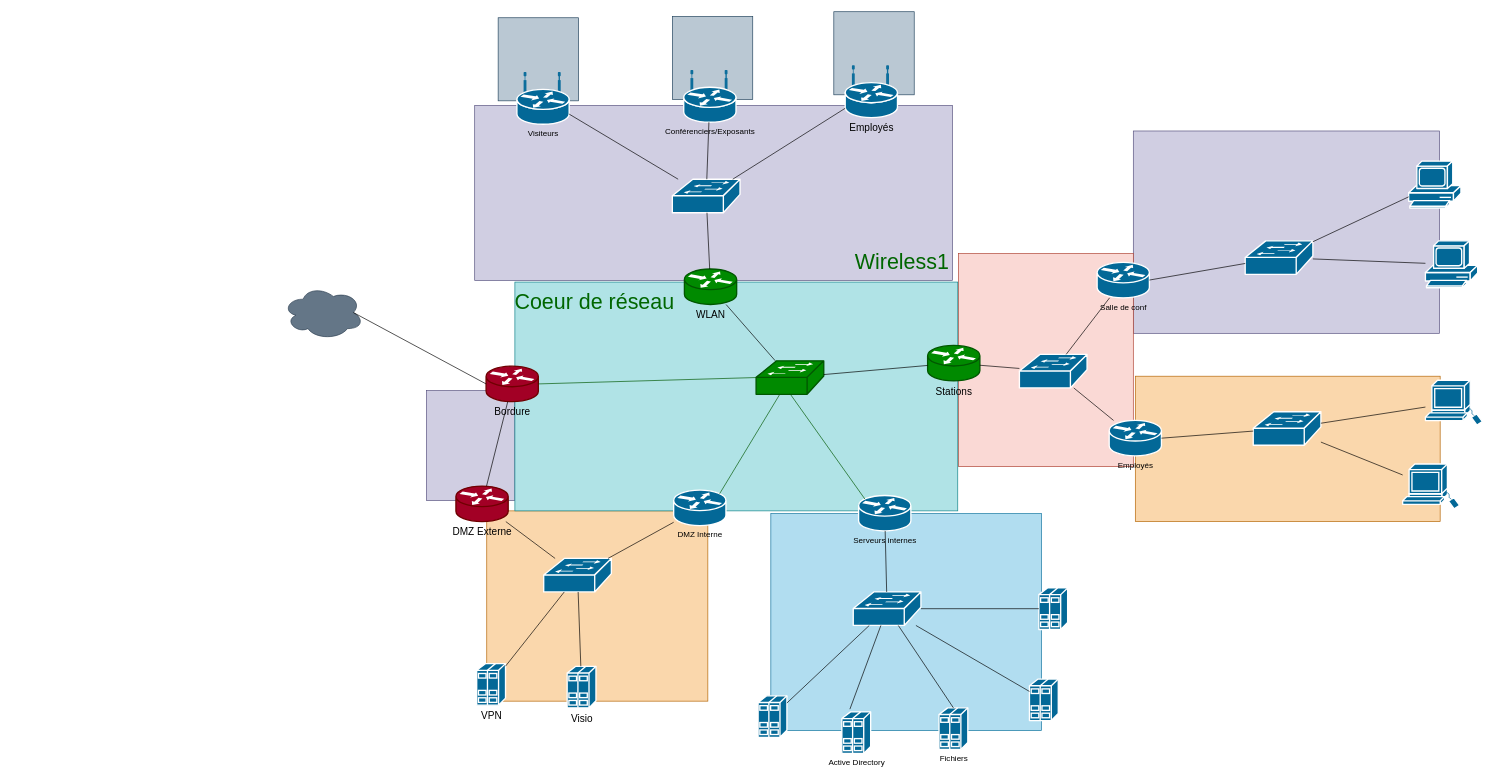
Earlier version of the draw.io diagram Schema.drawio (BarthBruvori/epsi-asrc-b2m2-tp2-projet). Source tidied: cells renumbered, new cells numbered last; positions are measured from the earlier drawing's top-left corner, leaving out a move shared by most shapes. Both pictures are drawn from the tidied source at 67%, with x=0, y=0 at pixel (283, 11).
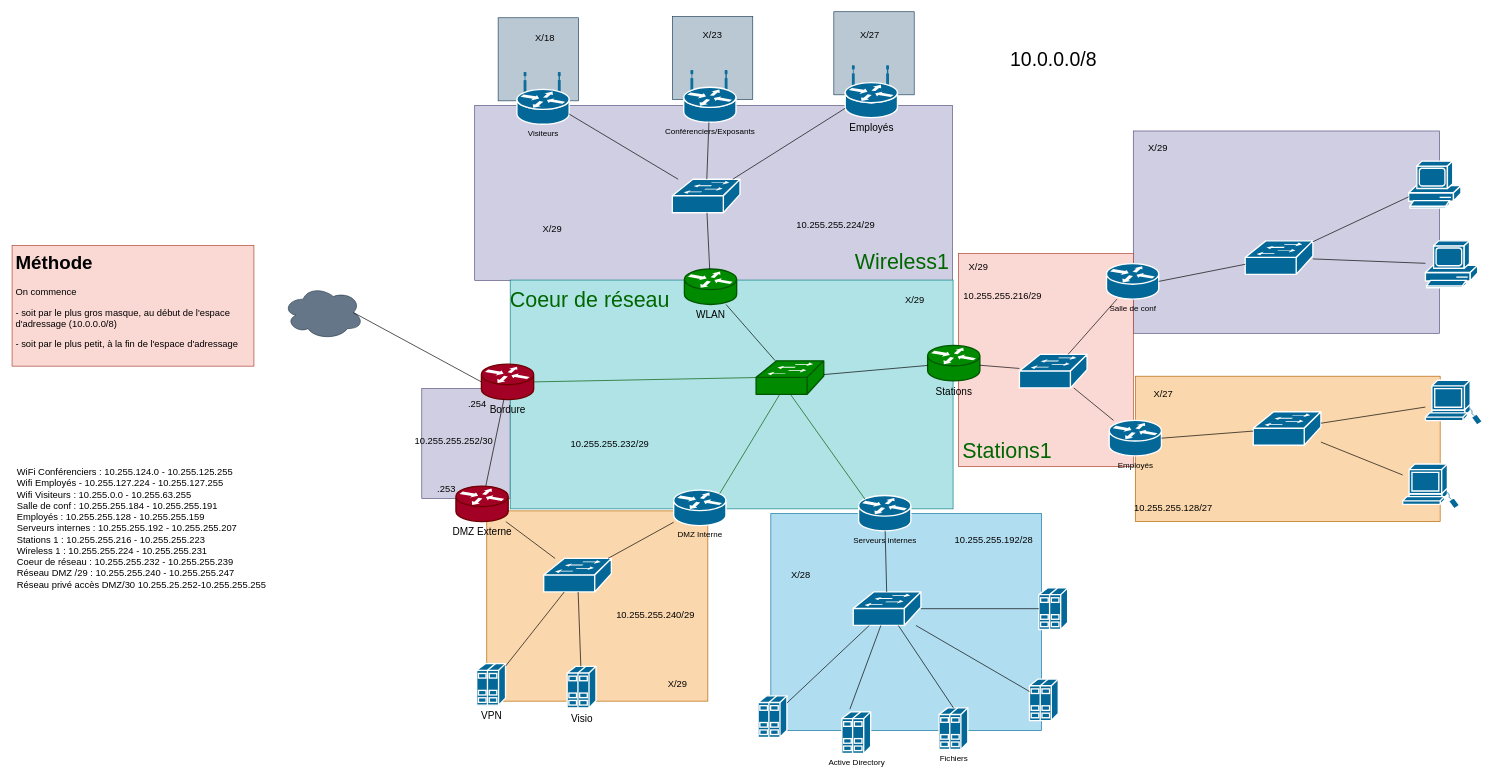
After the change.

Commit message:
plan d'adressage

What changed in the source:
```diff
@@
     <mxCell id="11" style="group;" parent="1" vertex="1">
-      <mxGeometry x="339" y="403.5" width="668" height="341.5" as="geometry" />
+      <mxGeometry x="332" y="400.5" width="668" height="341.5" as="geometry" />
     </mxCell>
@@
+    <mxCell id="76" value="10.255.255.252/30" style="text;html=1;strokeColor=none;fillColor=none;align=center;verticalAlign=middle;whiteSpace=wrap;rounded=0;fontSize=14;fontColor=#000000;" parent="11" vertex="1">
+      <mxGeometry x="-107" y="224.5" width="60" height="30" as="geometry" />
+    </mxCell>
+    <mxCell id="77" value="X/29" style="text;html=1;strokeColor=none;fillColor=none;align=center;verticalAlign=middle;whiteSpace=wrap;rounded=0;fontSize=14;fontColor=#000000;" parent="11" vertex="1">
+      <mxGeometry x="581" y="14.5" width="60" height="30" as="geometry" />
+    </mxCell>
+    <mxCell id="78" value=".253" style="text;html=1;strokeColor=none;fillColor=none;align=center;verticalAlign=middle;whiteSpace=wrap;rounded=0;fontSize=14;fontColor=#000000;" parent="11" vertex="1">
+      <mxGeometry x="-118" y="296" width="60" height="30" as="geometry" />
+    </mxCell>
+    <mxCell id="79" value="10.255.255.232/29" style="text;html=1;strokeColor=none;fillColor=none;align=center;verticalAlign=middle;whiteSpace=wrap;rounded=0;fontSize=14;fontColor=#000000;" parent="11" vertex="1">
+      <mxGeometry x="126" y="229" width="60" height="30" as="geometry" />
+    </mxCell>
@@
     <mxCell id="18" value="Salle de conf" style="shape=mxgraph.cisco.routers.router;sketch=0;html=1;dashed=0;fillColor=#036897;strokeColor=#ffffff;strokeWidth=2;verticalLabelPosition=bottom;verticalAlign=top;align=center;outlineConnect=0;fontColor=#000000;" parent="1" vertex="1">
-      <mxGeometry x="1215" y="374" width="78" height="53" as="geometry" />
+      <mxGeometry x="1229" y="376" width="78" height="53" as="geometry" />
     </mxCell>
@@
+    <mxCell id="80" value="X/18" style="text;html=1;strokeColor=none;fillColor=none;align=center;verticalAlign=middle;whiteSpace=wrap;rounded=0;fontSize=14;fontColor=#000000;" parent="1" vertex="1">
+      <mxGeometry x="361" y="24" width="60" height="30" as="geometry" />
+    </mxCell>
+    <mxCell id="81" value="X/23" style="text;html=1;strokeColor=none;fillColor=none;align=center;verticalAlign=middle;whiteSpace=wrap;rounded=0;fontSize=14;fontColor=#000000;" parent="1" vertex="1">
+      <mxGeometry x="611" y="19" width="60" height="30" as="geometry" />
+    </mxCell>
+    <mxCell id="82" value="X/27" style="text;html=1;strokeColor=none;fillColor=none;align=center;verticalAlign=middle;whiteSpace=wrap;rounded=0;fontSize=14;fontColor=#000000;" parent="1" vertex="1">
+      <mxGeometry x="846" y="19" width="60" height="30" as="geometry" />
+    </mxCell>
+    <mxCell id="83" value="X/29" style="text;html=1;strokeColor=none;fillColor=none;align=center;verticalAlign=middle;whiteSpace=wrap;rounded=0;fontSize=14;fontColor=#000000;" parent="1" vertex="1">
+      <mxGeometry x="372" y="309" width="60" height="30" as="geometry" />
+    </mxCell>
+    <mxCell id="84" value="X/29" style="text;html=1;strokeColor=none;fillColor=none;align=center;verticalAlign=middle;whiteSpace=wrap;rounded=0;fontSize=14;fontColor=#000000;" parent="1" vertex="1">
+      <mxGeometry x="559" y="989" width="60" height="30" as="geometry" />
+    </mxCell>
+    <mxCell id="85" value="X/28" style="text;html=1;strokeColor=none;fillColor=none;align=center;verticalAlign=middle;whiteSpace=wrap;rounded=0;fontSize=14;fontColor=#000000;" parent="1" vertex="1">
+      <mxGeometry x="743" y="826" width="60" height="30" as="geometry" />
+    </mxCell>
+    <mxCell id="86" value="X/27" style="text;html=1;strokeColor=none;fillColor=none;align=center;verticalAlign=middle;whiteSpace=wrap;rounded=0;fontSize=14;fontColor=#000000;" parent="1" vertex="1">
+      <mxGeometry x="1284" y="555" width="60" height="30" as="geometry" />
+    </mxCell>
+    <mxCell id="87" value="X/29" style="text;html=1;strokeColor=none;fillColor=none;align=center;verticalAlign=middle;whiteSpace=wrap;rounded=0;fontSize=14;fontColor=#000000;" parent="1" vertex="1">
+      <mxGeometry x="1276" y="188" width="60" height="30" as="geometry" />
+    </mxCell>
+    <mxCell id="88" value="X/29" style="text;html=1;strokeColor=none;fillColor=none;align=center;verticalAlign=middle;whiteSpace=wrap;rounded=0;fontSize=14;fontColor=#000000;" parent="1" vertex="1">
+      <mxGeometry x="1008" y="366" width="60" height="30" as="geometry" />
+    </mxCell>
+    <mxCell id="89" value="10.0.0.0/8" style="text;html=1;strokeColor=none;fillColor=none;align=center;verticalAlign=middle;whiteSpace=wrap;rounded=0;fontSize=29;fontColor=#000000;" parent="1" vertex="1">
+      <mxGeometry x="1079.5" y="30.5" width="140" height="81" as="geometry" />
+    </mxCell>
+    <mxCell id="90" value=".254" style="text;html=1;strokeColor=none;fillColor=none;align=center;verticalAlign=middle;whiteSpace=wrap;rounded=0;fontSize=14;fontColor=#000000;" parent="1" vertex="1">
+      <mxGeometry x="260" y="570" width="60" height="30" as="geometry" />
+    </mxCell>
+    <mxCell id="91" value="&lt;div style=&quot;&quot;&gt;&lt;span style=&quot;background-color: initial;&quot;&gt;WiFi Conférenciers : 10.255.124.0 - 10.255.125.255&lt;/span&gt;&lt;/div&gt;&lt;div style=&quot;&quot;&gt;&lt;span style=&quot;background-color: initial;&quot;&gt;Wifi Employés - 10.255.127.224 - 10.255.127.255&lt;/span&gt;&lt;span style=&quot;background-color: initial;&quot;&gt;&amp;nbsp;&lt;/span&gt;&lt;/div&gt;&lt;div style=&quot;&quot;&gt;&lt;span style=&quot;background-color: initial;&quot;&gt;Wifi Visiteurs : 10.255.0.0 - 10.255.63.255&lt;/span&gt;&lt;/div&gt;&lt;div style=&quot;&quot;&gt;&lt;span style=&quot;background-color: initial;&quot;&gt;Salle de conf : 10.255.255.184 - 10.255.255.191&lt;/span&gt;&lt;/div&gt;&lt;div style=&quot;&quot;&gt;&lt;span style=&quot;background-color: initial;&quot;&gt;Employés : 10.255.255.128 - 10.255.255.159&lt;/span&gt;&lt;/div&gt;&lt;div style=&quot;&quot;&gt;&lt;span style=&quot;background-color: initial;&quot;&gt;Serveurs internes : 10.255.255.192 - 10.255.255.207&lt;/span&gt;&lt;/div&gt;&lt;div style=&quot;&quot;&gt;&lt;span style=&quot;background-color: initial;&quot;&gt;Stations 1 : 10.255.255.216 - 10.255.255.223&lt;/span&gt;&lt;/div&gt;Wireless 1 : 10.255.255.224 - 10.255.255.231&lt;br&gt;Coeur de réseau : 10.255.255.232 - 10.255.255.239&lt;br&gt;Réseau DMZ /29 : 10.255.255.240 - 10.255.255.247&lt;br&gt;Réseau privé accès DMZ/30 10.255.25.252-10.255.255.255" style="text;html=1;strokeColor=none;fillColor=none;align=left;verticalAlign=middle;whiteSpace=wrap;rounded=0;fontSize=14;fontColor=#000000;" parent="1" vertex="1">
+      <mxGeometry x="-399" y="670" width="514" height="202" as="geometry" />
+    </mxCell>
+    <mxCell id="92" value="10.255.255.240/29" style="text;html=1;strokeColor=none;fillColor=none;align=center;verticalAlign=middle;whiteSpace=wrap;rounded=0;fontSize=14;fontColor=#000000;" parent="1" vertex="1">
+      <mxGeometry x="526" y="886" width="60" height="30" as="geometry" />
+    </mxCell>
+    <mxCell id="93" value="&lt;h1&gt;Méthode&lt;/h1&gt;&lt;p&gt;On commence&lt;/p&gt;&lt;p&gt;- soit par le plus gros masque, au début de l'espace d'adressage (10.0.0.0/8)&lt;/p&gt;&lt;p&gt;- soit par le plus petit, à la fin de l'espace d'adressage&lt;/p&gt;" style="text;html=1;strokeColor=#ae4132;fillColor=#fad9d5;spacing=5;spacingTop=-20;whiteSpace=wrap;overflow=hidden;rounded=0;fontSize=14;fontColor=#000000;" parent="1" vertex="1">
+      <mxGeometry x="-404.5" y="349" width="361" height="180" as="geometry" />
+    </mxCell>
+    <mxCell id="94" value="Stations1" style="text;html=1;strokeColor=none;fillColor=none;align=center;verticalAlign=middle;whiteSpace=wrap;rounded=0;fontSize=32;fontColor=#006600;" parent="1" vertex="1">
+      <mxGeometry x="1022" y="640" width="118" height="30" as="geometry" />
+    </mxCell>
+    <mxCell id="95" value="10.255.255.224/29" style="text;html=1;strokeColor=none;fillColor=none;align=center;verticalAlign=middle;whiteSpace=wrap;rounded=0;fontSize=14;fontColor=#000000;" parent="1" vertex="1">
+      <mxGeometry x="795" y="303" width="60" height="30" as="geometry" />
+    </mxCell>
+    <mxCell id="96" value="10.255.255.216/29" style="text;html=1;strokeColor=none;fillColor=none;align=center;verticalAlign=middle;whiteSpace=wrap;rounded=0;fontSize=14;fontColor=#000000;" parent="1" vertex="1">
+      <mxGeometry x="1044" y="409" width="60" height="30" as="geometry" />
+    </mxCell>
+    <mxCell id="97" value="10.255.255.192/28" style="text;html=1;strokeColor=none;fillColor=none;align=center;verticalAlign=middle;whiteSpace=wrap;rounded=0;fontSize=14;fontColor=#000000;" parent="1" vertex="1">
+      <mxGeometry x="1031" y="773" width="60" height="30" as="geometry" />
+    </mxCell>
+    <mxCell id="98" value="10.255.255.128/27" style="text;html=1;strokeColor=none;fillColor=none;align=center;verticalAlign=middle;whiteSpace=wrap;rounded=0;fontSize=14;fontColor=#000000;" parent="1" vertex="1">
+      <mxGeometry x="1299" y="725.5" width="60" height="30" as="geometry" />
+    </mxCell>
```
